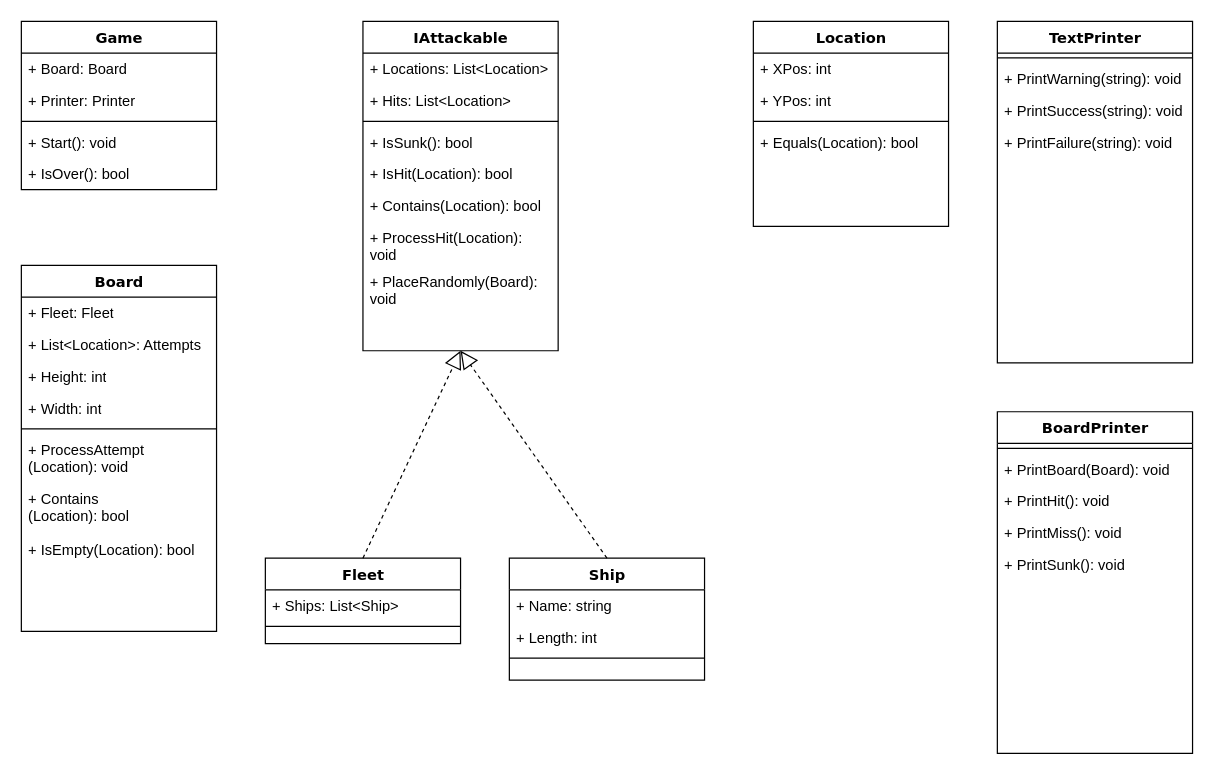
The draw.io diagram BattleshipCSharp/Class Diagram.drawio in davidabrowning/battleship-csharp, before the edit. Source tidied: cells renumbered, new cells numbered last; positions are measured from the earlier drawing's top-left corner, leaving out a move shared by most shapes. Both pictures are drawn from the tidied source at 122%, with x=0, y=0 at pixel (21, 21).
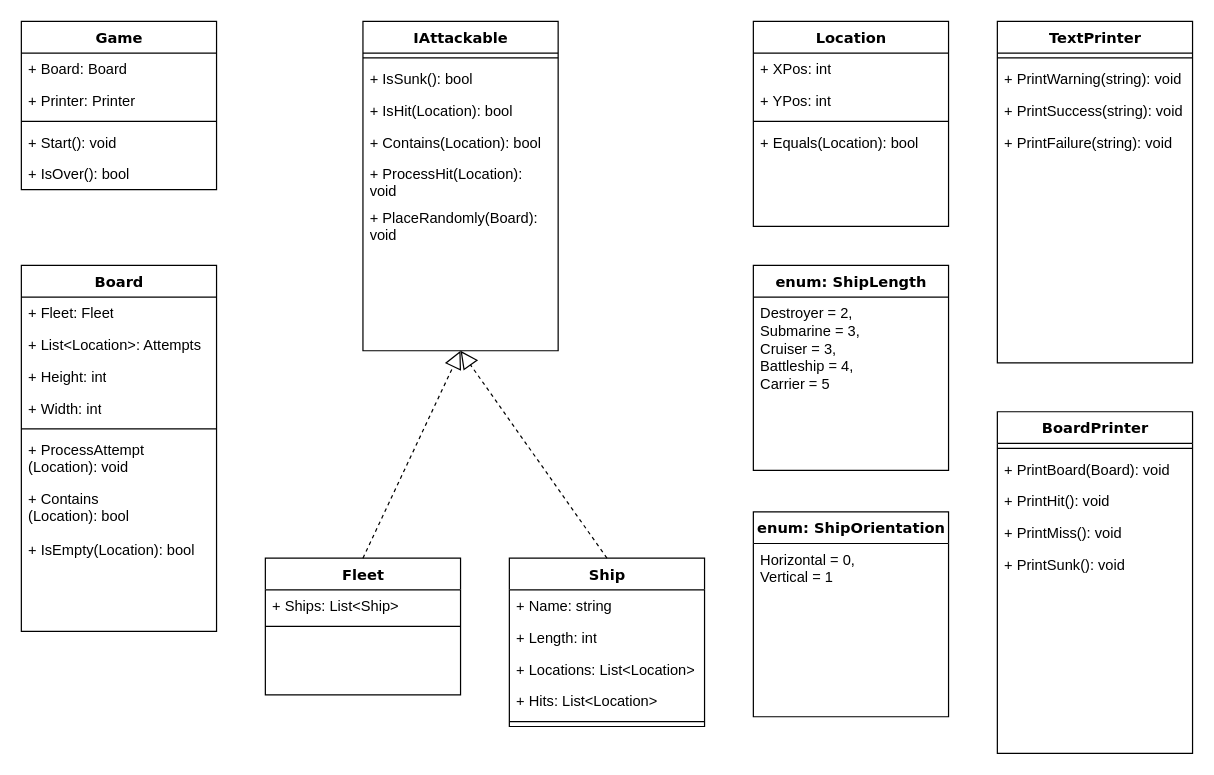
Above is the later version.

The change refers to these unchanged cells:
```xml
<mxCell id="34" value="IAttackable" style="swimlane;html=1;fontStyle=1;align=center;verticalAlign=top;horizontal=1;startSize=26;swimlaneFillColor=#ffffff;rounded=0;shadow=0;comic=0;labelBackgroundColor=none;strokeWidth=1;fillColor=none;fontFamily=Verdana;fontSize=12;" parent="1" vertex="1">
  <mxGeometry x="280" width="160" height="270" as="geometry" />
</mxCell>
```

Change to the diagram source:
```diff
@@
     <mxCell id="8" value="Fleet" style="swimlane;html=1;fontStyle=1;align=center;verticalAlign=top;horizontal=1;startSize=26;swimlaneFillColor=#ffffff;rounded=0;shadow=0;comic=0;labelBackgroundColor=none;strokeWidth=1;fillColor=none;fontFamily=Verdana;fontSize=12;" parent="1" vertex="1">
-      <mxGeometry x="200" y="440" width="160" height="70" as="geometry" />
+      <mxGeometry x="200" y="440" width="160" height="112" as="geometry" />
     </mxCell>
@@
     <mxCell id="11" value="Ship" style="swimlane;html=1;fontStyle=1;align=center;verticalAlign=top;horizontal=1;startSize=26;swimlaneFillColor=#ffffff;rounded=0;shadow=0;comic=0;labelBackgroundColor=none;strokeWidth=1;fillColor=none;fontFamily=Verdana;fontSize=12;" parent="1" vertex="1">
-      <mxGeometry x="400" y="440" width="160" height="100" as="geometry" />
+      <mxGeometry x="400" y="440" width="160" height="138" as="geometry" />
     </mxCell>
@@
+    <mxCell id="35" value="+ Locations: List&amp;lt;Location&amp;gt;" style="text;html=1;strokeColor=none;fillColor=none;align=left;verticalAlign=top;spacingLeft=4;spacingRight=4;whiteSpace=wrap;overflow=hidden;" parent="11" vertex="1">
+      <mxGeometry y="78" width="160" height="26" as="geometry" />
+    </mxCell>
+    <mxCell id="36" value="+ Hits: List&amp;lt;Location&amp;gt;" style="text;html=1;strokeColor=none;fillColor=none;align=left;verticalAlign=top;spacingLeft=4;spacingRight=4;whiteSpace=wrap;overflow=hidden;" parent="11" vertex="1">
+      <mxGeometry y="104" width="160" height="26" as="geometry" />
+    </mxCell>
     <mxCell id="14" style="line;html=1;strokeWidth=1;fillColor=none;align=left;verticalAlign=middle;spacingTop=-1;spacingLeft=3;spacingRight=3;labelPosition=right;" parent="11" vertex="1">
-      <mxGeometry y="78" width="160" height="8" as="geometry" />
+      <mxGeometry y="130" width="160" height="8" as="geometry" />
     </mxCell>
@@
-    <mxCell id="35" value="+ Locations: List&amp;lt;Location&amp;gt;" style="text;html=1;strokeColor=none;fillColor=none;align=left;verticalAlign=top;spacingLeft=4;spacingRight=4;whiteSpace=wrap;overflow=hidden;" parent="34" vertex="1">
-      <mxGeometry y="26" width="160" height="26" as="geometry" />
-    </mxCell>
-    <mxCell id="36" value="+ Hits: List&amp;lt;Location&amp;gt;" style="text;html=1;strokeColor=none;fillColor=none;align=left;verticalAlign=top;spacingLeft=4;spacingRight=4;whiteSpace=wrap;overflow=hidden;" parent="34" vertex="1">
-      <mxGeometry y="52" width="160" height="26" as="geometry" />
-    </mxCell>
     <mxCell id="37" style="line;html=1;strokeWidth=1;fillColor=none;align=left;verticalAlign=middle;spacingTop=-1;spacingLeft=3;spacingRight=3;labelPosition=right;" parent="34" vertex="1">
-      <mxGeometry y="78" width="160" height="8" as="geometry" />
+      <mxGeometry y="26" width="160" height="8" as="geometry" />
     </mxCell>
     <mxCell id="38" value="+ IsSunk(): bool" style="text;html=1;strokeColor=none;fillColor=none;align=left;verticalAlign=top;spacingLeft=4;spacingRight=4;whiteSpace=wrap;overflow=hidden;" parent="34" vertex="1">
-      <mxGeometry y="86" width="160" height="26" as="geometry" />
+      <mxGeometry y="34" width="160" height="26" as="geometry" />
     </mxCell>
     <mxCell id="39" value="+ IsHit(Location): bool" style="text;html=1;strokeColor=none;fillColor=none;align=left;verticalAlign=top;spacingLeft=4;spacingRight=4;whiteSpace=wrap;overflow=hidden;" parent="34" vertex="1">
-      <mxGeometry y="112" width="160" height="26" as="geometry" />
+      <mxGeometry y="60" width="160" height="26" as="geometry" />
     </mxCell>
     <mxCell id="40" value="+ Contains(Location): bool" style="text;html=1;strokeColor=none;fillColor=none;align=left;verticalAlign=top;spacingLeft=4;spacingRight=4;whiteSpace=wrap;overflow=hidden;" parent="34" vertex="1">
-      <mxGeometry y="138" width="160" height="26" as="geometry" />
+      <mxGeometry y="86" width="160" height="26" as="geometry" />
     </mxCell>
     <mxCell id="41" value="+ ProcessHit(Location): void" style="text;html=1;strokeColor=none;fillColor=none;align=left;verticalAlign=top;spacingLeft=4;spacingRight=4;whiteSpace=wrap;overflow=hidden;" parent="34" vertex="1">
-      <mxGeometry y="164" width="160" height="36" as="geometry" />
+      <mxGeometry y="112" width="160" height="36" as="geometry" />
     </mxCell>
     <mxCell id="42" value="+ PlaceRandomly(Board): void" style="text;html=1;strokeColor=none;fillColor=none;align=left;verticalAlign=top;spacingLeft=4;spacingRight=4;whiteSpace=wrap;overflow=hidden;" parent="34" vertex="1">
-      <mxGeometry y="200" width="160" height="40" as="geometry" />
+      <mxGeometry y="148" width="160" height="40" as="geometry" />
     </mxCell>
@@
+    <mxCell id="51" value="enum: ShipLength" style="swimlane;html=1;fontStyle=1;align=center;verticalAlign=top;horizontal=1;startSize=26;swimlaneFillColor=#ffffff;rounded=0;shadow=0;comic=0;labelBackgroundColor=none;strokeWidth=1;fillColor=none;fontFamily=Verdana;fontSize=12;" parent="1" vertex="1">
+      <mxGeometry x="600" y="200" width="160" height="168" as="geometry" />
+    </mxCell>
+    <mxCell id="52" value="Destroyer = 2,&lt;div&gt;Submarine = 3,&lt;/div&gt;&lt;div&gt;Cruiser = 3,&lt;/div&gt;&lt;div&gt;Battleship = 4,&lt;/div&gt;&lt;div&gt;Carrier = 5&lt;/div&gt;" style="text;html=1;strokeColor=none;fillColor=none;align=left;verticalAlign=top;spacingLeft=4;spacingRight=4;whiteSpace=wrap;overflow=hidden;" parent="51" vertex="1">
+      <mxGeometry y="26" width="160" height="114" as="geometry" />
+    </mxCell>
+    <mxCell id="53" value="enum: ShipOrientation" style="swimlane;html=1;fontStyle=1;align=center;verticalAlign=top;horizontal=1;startSize=26;swimlaneFillColor=#ffffff;rounded=0;shadow=0;comic=0;labelBackgroundColor=none;strokeWidth=1;fillColor=none;fontFamily=Verdana;fontSize=12;" parent="1" vertex="1">
+      <mxGeometry x="600" y="402" width="160" height="168" as="geometry" />
+    </mxCell>
+    <mxCell id="54" value="Horizontal = 0,&lt;div&gt;Vertical = 1&lt;/div&gt;" style="text;html=1;strokeColor=none;fillColor=none;align=left;verticalAlign=top;spacingLeft=4;spacingRight=4;whiteSpace=wrap;overflow=hidden;" parent="53" vertex="1">
+      <mxGeometry y="26" width="160" height="114" as="geometry" />
+    </mxCell>
```
